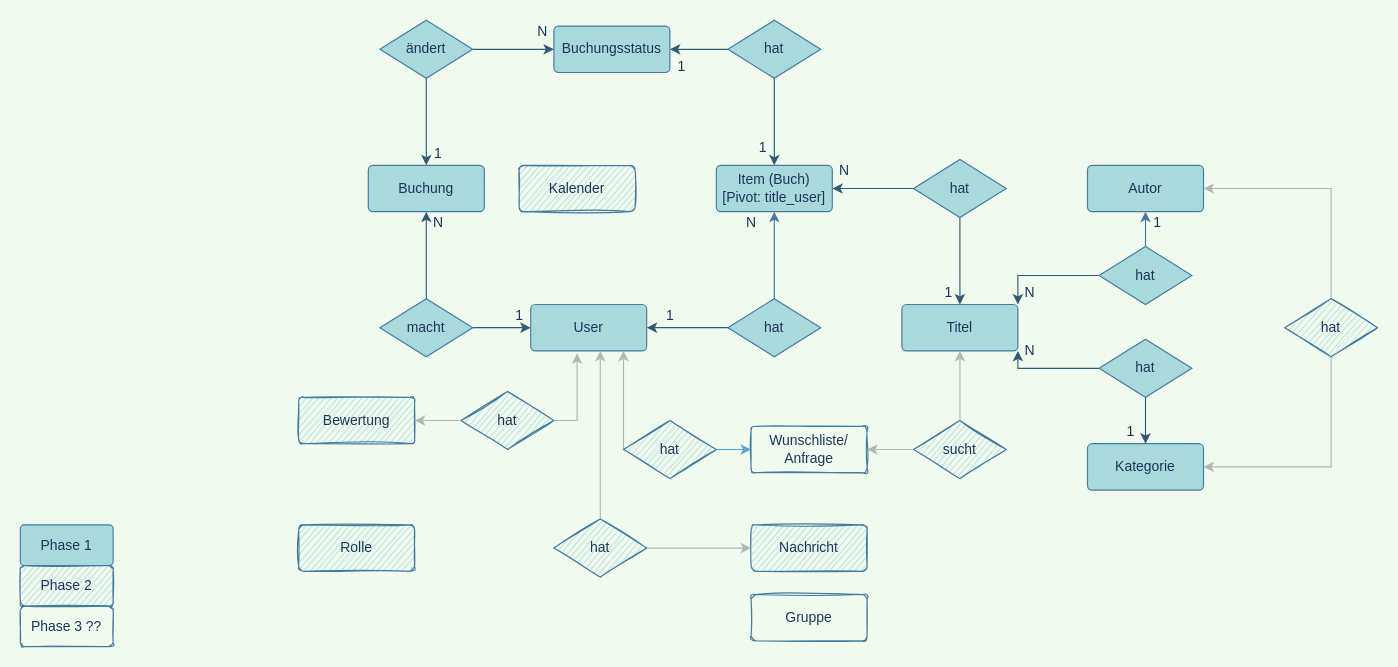
Earlier version of the draw.io diagram page "ER model" (1 of 3) of unterlagen/er-model.drawio (fines01/XLib). Source tidied: cells renumbered, new cells numbered last; positions are measured from the earlier drawing's top-left corner, leaving out a move shared by most shapes. Both pictures are drawn from the tidied source at 116%, with x=0, y=0 at pixel (20, 20).
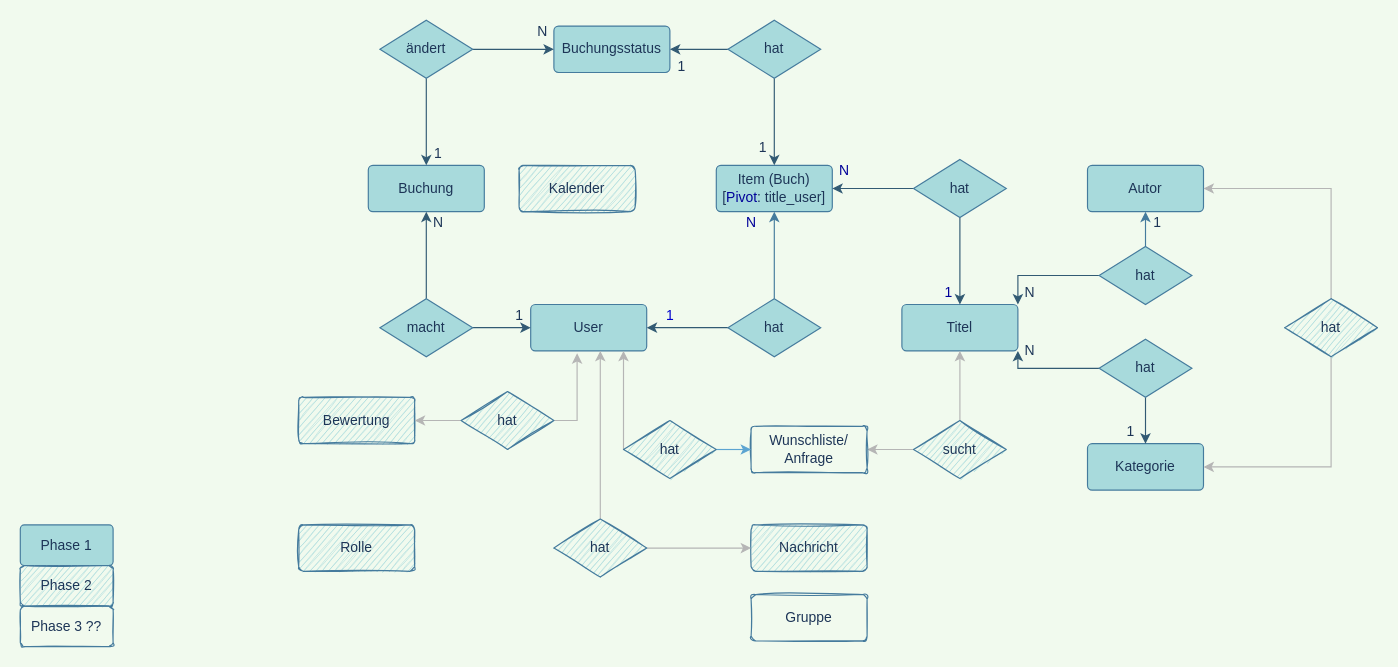
After the change.

Change to the diagram source:
```diff
@@
-    <mxCell id="3" value="Item (Buch)&lt;br&gt;[Pivot: title_user]" style="rounded=1;arcSize=10;whiteSpace=wrap;html=1;align=center;fillColor=#A8DADC;strokeColor=#457B9D;fontColor=#1D3557;" parent="1" vertex="1">
+    <mxCell id="3" value="Item (Buch)&lt;br&gt;[&lt;font color=&quot;#000099&quot;&gt;Pivot&lt;/font&gt;: title_user]" style="rounded=1;arcSize=10;whiteSpace=wrap;html=1;align=center;fillColor=#A8DADC;strokeColor=#457B9D;fontColor=#1D3557;" parent="1" vertex="1">
       <mxGeometry x="600" y="125" width="100" height="40" as="geometry" />
     </mxCell>
@@
-    <mxCell id="42" value="1" style="text;html=1;align=center;verticalAlign=middle;strokeColor=none;fontColor=#1D3557;" parent="1" vertex="1">
+    <mxCell id="42" value="&lt;font color=&quot;#0000cc&quot;&gt;1&lt;/font&gt;" style="text;html=1;align=center;verticalAlign=middle;strokeColor=none;fontColor=#1D3557;" parent="1" vertex="1">
       <mxGeometry x="550" y="245" width="20" height="20" as="geometry" />
     </mxCell>
-    <mxCell id="43" value="N" style="text;html=1;align=center;verticalAlign=middle;strokeColor=none;fontColor=#1D3557;" parent="1" vertex="1">
+    <mxCell id="43" value="&lt;font color=&quot;#000099&quot;&gt;N&lt;/font&gt;" style="text;html=1;align=center;verticalAlign=middle;strokeColor=none;fontColor=#1D3557;" parent="1" vertex="1">
       <mxGeometry x="620" y="165" width="20" height="20" as="geometry" />
     </mxCell>
@@
-    <mxCell id="45" value="1" style="text;html=1;align=center;verticalAlign=middle;strokeColor=none;fontColor=#1D3557;" parent="1" vertex="1">
+    <mxCell id="45" value="&lt;font color=&quot;#000099&quot;&gt;1&lt;/font&gt;" style="text;html=1;align=center;verticalAlign=middle;strokeColor=none;fontColor=#1D3557;" parent="1" vertex="1">
       <mxGeometry x="790" y="225" width="20" height="20" as="geometry" />
     </mxCell>
-    <mxCell id="46" value="N" style="text;html=1;align=center;verticalAlign=middle;strokeColor=none;fontColor=#1D3557;" parent="1" vertex="1">
+    <mxCell id="46" value="&lt;font color=&quot;#000099&quot;&gt;N&lt;/font&gt;" style="text;html=1;align=center;verticalAlign=middle;strokeColor=none;fontColor=#1D3557;" parent="1" vertex="1">
       <mxGeometry x="700" y="120" width="20" height="20" as="geometry" />
     </mxCell>
```
